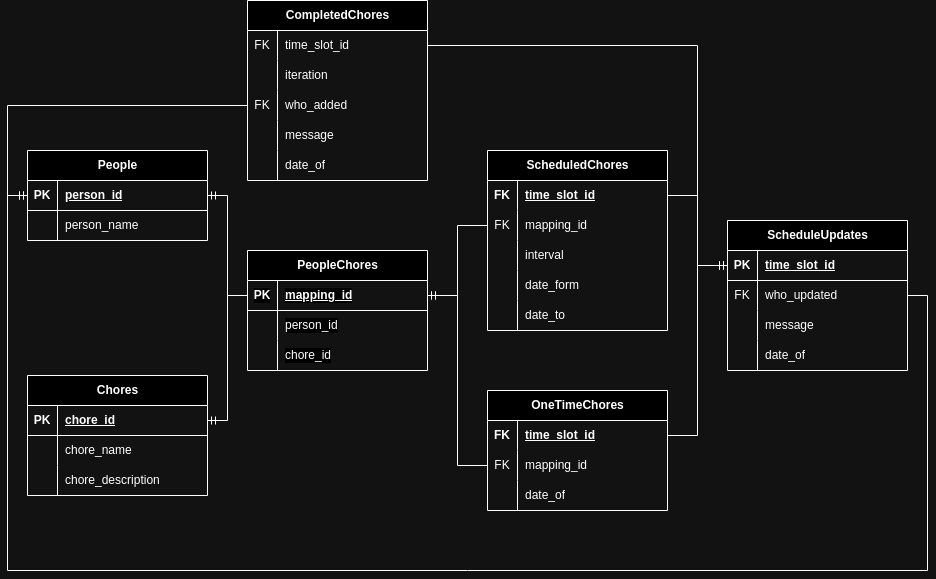
The draw.io diagram database/Chores Manager database.png in typsoon/chores_manager, before a commit. Source tidied: cells renumbered, new cells last; positions are measured from the earlier drawing's top-left corner, leaving out a move shared by most shapes.
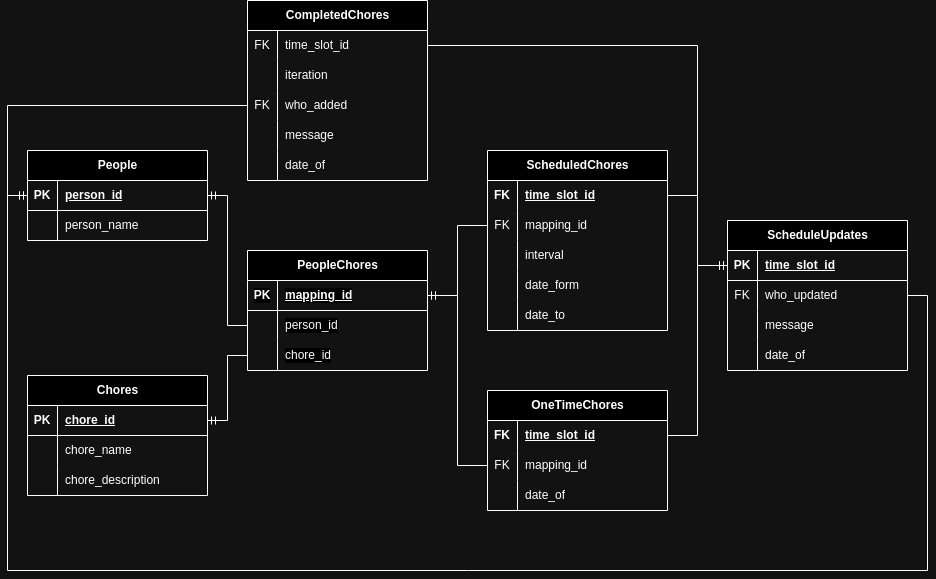
Later version of the same file.

What changed in the source:
```diff
@@ -264,18 +264,18 @@
     <mxCell id="85" value="chore_id" style="shape=partialRectangle;fillColor=none;top=0;left=0;bottom=0;right=0;align=left;spacingLeft=6;overflow=hidden;whiteSpace=wrap;html=1;fontFamily=Helvetica;fontSize=12;fontColor=default;labelBackgroundColor=default;" parent="83" vertex="1">
       <mxGeometry x="30" width="150" height="30" as="geometry" />
     </mxCell>
-    <mxCell id="86" style="edgeStyle=orthogonalEdgeStyle;fontSize=12;html=1;endArrow=ERmandOne;rounded=0;strokeColor=default;align=center;verticalAlign=middle;fontFamily=Helvetica;fontColor=default;labelBackgroundColor=default;entryX=1;entryY=0.5;entryDx=0;entryDy=0;exitX=0;exitY=0.5;exitDx=0;exitDy=0;" parent="1" edge="1" source="77" target="13">
+    <mxCell id="86" style="edgeStyle=orthogonalEdgeStyle;fontSize=12;html=1;endArrow=ERmandOne;rounded=0;strokeColor=default;align=center;verticalAlign=middle;fontFamily=Helvetica;fontColor=default;labelBackgroundColor=default;entryX=1;entryY=0.5;entryDx=0;entryDy=0;exitX=0;exitY=0.5;exitDx=0;exitDy=0;" parent="1" edge="1" source="80" target="13">
       <mxGeometry relative="1" as="geometry">
         <Array as="points">
-          <mxPoint x="220" y="295" />
+          <mxPoint x="220" y="325" />
           <mxPoint x="220" y="195" />
         </Array>
       </mxGeometry>
     </mxCell>
-    <mxCell id="87" style="edgeStyle=orthogonalEdgeStyle;fontSize=12;html=1;endArrow=ERmandOne;rounded=0;exitX=0;exitY=0.5;exitDx=0;exitDy=0;entryX=1;entryY=0.5;entryDx=0;entryDy=0;" parent="1" edge="1" source="77" target="3">
+    <mxCell id="87" style="edgeStyle=orthogonalEdgeStyle;fontSize=12;html=1;endArrow=ERmandOne;rounded=0;exitX=0;exitY=0.5;exitDx=0;exitDy=0;entryX=1;entryY=0.5;entryDx=0;entryDy=0;" parent="1" edge="1" source="83" target="3">
       <mxGeometry relative="1" as="geometry">
         <Array as="points">
-          <mxPoint x="220" y="295" />
+          <mxPoint x="220" y="355" />
           <mxPoint x="220" y="420" />
         </Array>
       </mxGeometry>
```
